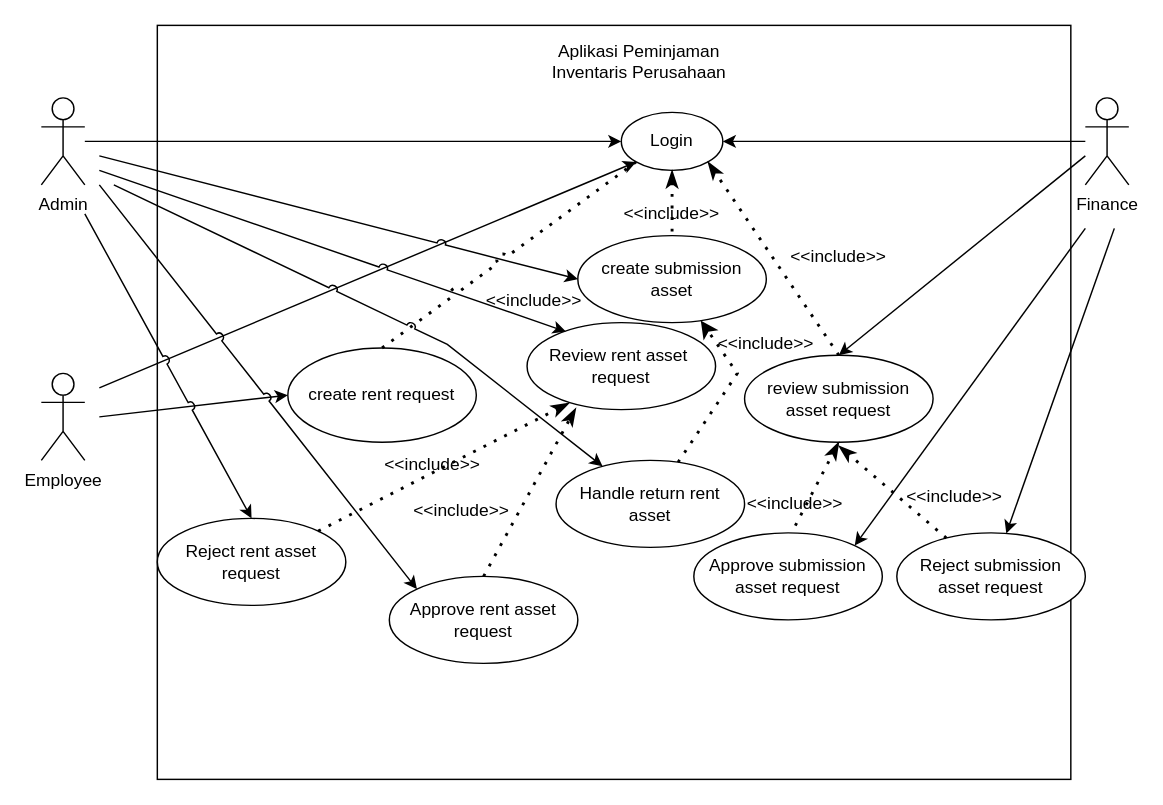
Earlier version of the draw.io diagram page "UCD" (2 of 10) of Untitled Diagram.drawio (alifandartaa/BPMN-MCC72). Source tidied: cells renumbered, new cells numbered last; positions are measured from the earlier drawing's top-left corner, leaving out a move shared by most shapes. Both pictures are drawn from the tidied source at 145%, with x=0, y=0 at pixel (41, 25).
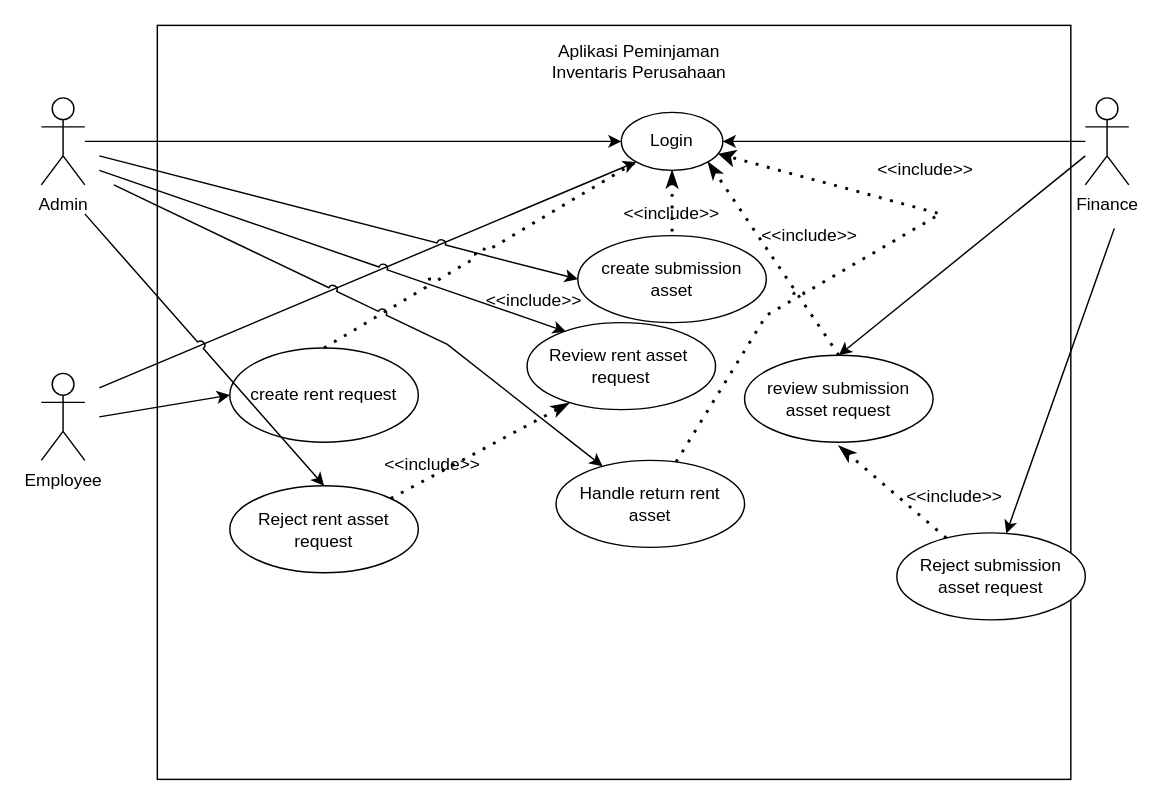
Above is the later version.

Unchanged cells that the change refers to:
```xml
<mxCell id="5" value="Login" style="ellipse;whiteSpace=wrap;html=1;" parent="1" vertex="1">
  <mxGeometry x="400" y="60" width="70" height="40" as="geometry" />
</mxCell>
<mxCell id="7" value="Review rent asset&amp;nbsp;&lt;br&gt;request" style="ellipse;whiteSpace=wrap;html=1;" parent="1" vertex="1">
  <mxGeometry x="335" y="205" width="130" height="60" as="geometry" />
</mxCell>
<mxCell id="10" value="create submission asset" style="ellipse;whiteSpace=wrap;html=1;" parent="1" vertex="1">
  <mxGeometry x="370" y="145" width="130" height="60" as="geometry" />
</mxCell>
<mxCell id="14" value="review submission asset request" style="ellipse;whiteSpace=wrap;html=1;" parent="1" vertex="1">
  <mxGeometry x="485" y="227.5" width="130" height="60" as="geometry" />
</mxCell>
<mxCell id="34" value="Handle return rent asset" style="ellipse;whiteSpace=wrap;html=1;" parent="1" vertex="1">
  <mxGeometry x="355" y="300" width="130" height="60" as="geometry" />
</mxCell>
```

Change to the diagram source:
```diff
@@
-    <mxCell id="8" value="Approve submission asset request" style="ellipse;whiteSpace=wrap;html=1;" parent="1" vertex="1">
-      <mxGeometry x="450" y="350" width="130" height="60" as="geometry" />
-    </mxCell>
@@
-    <mxCell id="11" value="Approve rent asset request" style="ellipse;whiteSpace=wrap;html=1;" parent="1" vertex="1">
-      <mxGeometry x="240" y="380" width="130" height="60" as="geometry" />
-    </mxCell>
     <mxCell id="12" value="create rent request" style="ellipse;whiteSpace=wrap;html=1;" parent="1" vertex="1">
-      <mxGeometry x="170" y="222.5" width="130" height="65" as="geometry" />
+      <mxGeometry x="130" y="222.5" width="130" height="65" as="geometry" />
     </mxCell>
     <mxCell id="13" value="Reject rent asset request" style="ellipse;whiteSpace=wrap;html=1;" parent="1" vertex="1">
-      <mxGeometry x="80" y="340" width="130" height="60" as="geometry" />
+      <mxGeometry x="130" y="317.5" width="130" height="60" as="geometry" />
     </mxCell>
@@
     <mxCell id="20" value="&amp;lt;&amp;lt;include&amp;gt;&amp;gt;" style="text;html=1;strokeColor=none;fillColor=none;align=center;verticalAlign=middle;whiteSpace=wrap;rounded=0;" parent="1" vertex="1">
-      <mxGeometry x="520" y="145" width="60" height="30" as="geometry" />
+      <mxGeometry x="500" y="130" width="60" height="30" as="geometry" />
     </mxCell>
@@
-    <mxCell id="24" style="endArrow=classic;html=1;rounded=0;entryX=0;entryY=0;entryDx=0;entryDy=0;jumpStyle=arc;" parent="1" edge="1" target="11">
-      <mxGeometry relative="1" as="geometry">
-        <mxPoint x="40" y="110" as="sourcePoint" />
-      </mxGeometry>
-    </mxCell>
@@
-    <mxCell id="30" style="endArrow=classic;html=1;rounded=0;entryX=1;entryY=0;entryDx=0;entryDy=0;jumpStyle=arc;" parent="1" edge="1" target="8">
-      <mxGeometry relative="1" as="geometry">
-        <mxPoint x="720" y="140" as="sourcePoint" />
-      </mxGeometry>
-    </mxCell>
@@
-    <mxCell id="35" style="endArrow=classic;dashed=1;html=1;dashPattern=1 3;strokeWidth=2;rounded=0;jumpStyle=arc;endFill=1;" parent="1" edge="1" source="34" target="10">
+    <mxCell id="35" style="endArrow=classic;dashed=1;html=1;dashPattern=1 3;strokeWidth=2;rounded=0;jumpStyle=arc;endFill=1;" parent="1" edge="1" source="34" target="5">
       <mxGeometry relative="1" as="geometry">
         <Array as="points">
-          <mxPoint x="480" y="240" />
+          <mxPoint x="500" y="200" />
+          <mxPoint x="620" y="130" />
         </Array>
       </mxGeometry>
     </mxCell>
     <mxCell id="36" value="&amp;lt;&amp;lt;include&amp;gt;&amp;gt;" style="text;html=1;strokeColor=none;fillColor=none;align=center;verticalAlign=middle;whiteSpace=wrap;rounded=0;" parent="1" vertex="1">
-      <mxGeometry x="470" y="205" width="60" height="30" as="geometry" />
+      <mxGeometry x="580" y="85" width="60" height="30" as="geometry" />
     </mxCell>
@@
-    <mxCell id="39" style="endArrow=classicThin;dashed=1;html=1;dashPattern=1 3;strokeWidth=2;rounded=0;exitX=0.5;exitY=0;exitDx=0;exitDy=0;entryX=0.258;entryY=0.985;entryDx=0;entryDy=0;entryPerimeter=0;endFill=1;" parent="1" edge="1" source="11" target="7">
-      <mxGeometry relative="1" as="geometry" />
-    </mxCell>
-    <mxCell id="40" value="&amp;lt;&amp;lt;include&amp;gt;&amp;gt;" style="text;html=1;strokeColor=none;fillColor=none;align=center;verticalAlign=middle;whiteSpace=wrap;rounded=0;" parent="1" vertex="1">
-      <mxGeometry x="260" y="320" width="60" height="30" as="geometry" />
-    </mxCell>
-    <mxCell id="41" value="&amp;lt;&amp;lt;include&amp;gt;&amp;gt;" style="text;html=1;strokeColor=none;fillColor=none;align=center;verticalAlign=middle;whiteSpace=wrap;rounded=0;" parent="1" vertex="1">
-      <mxGeometry x="490" y="315" width="60" height="30" as="geometry" />
-    </mxCell>
-    <mxCell id="42" style="endArrow=classicThin;dashed=1;html=1;dashPattern=1 3;strokeWidth=2;rounded=0;exitX=0.5;exitY=1;exitDx=0;exitDy=0;entryX=0.5;entryY=1;entryDx=0;entryDy=0;endFill=1;" parent="1" edge="1" source="41" target="14">
-      <mxGeometry relative="1" as="geometry" />
-    </mxCell>
```
